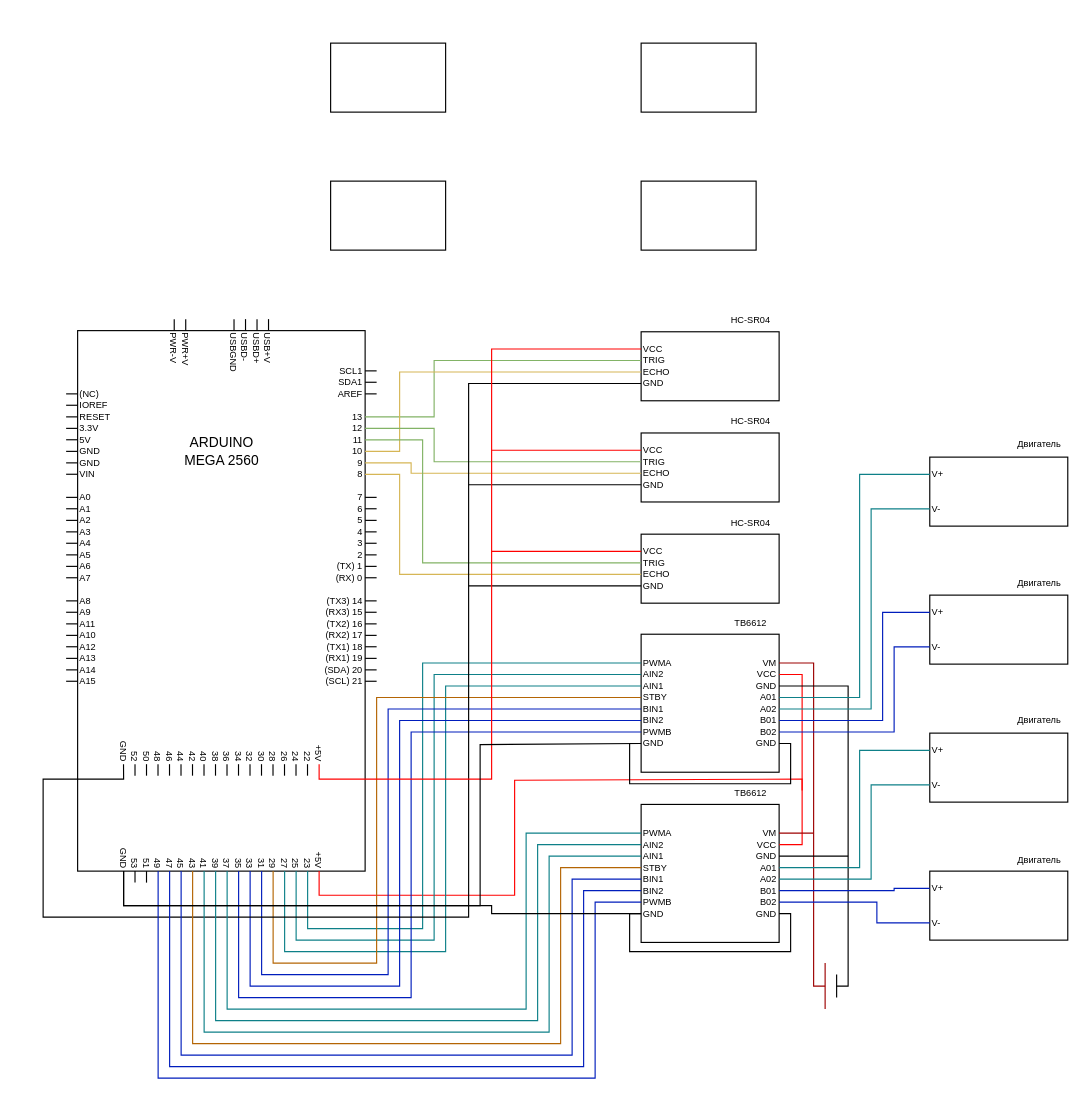
AlexRussellGit/VKR---Russell-Alexander keeps this draw.io diagram as Наработки/Принципиальная схема.drawio. Above is the earlier version. Source tidied: cells renumbered, new cells numbered last; positions are measured from the earlier drawing's top-left corner, leaving out a move shared by most shapes. Both pictures are drawn from the tidied source at 115%, with x=0, y=0 at pixel (43, 43).
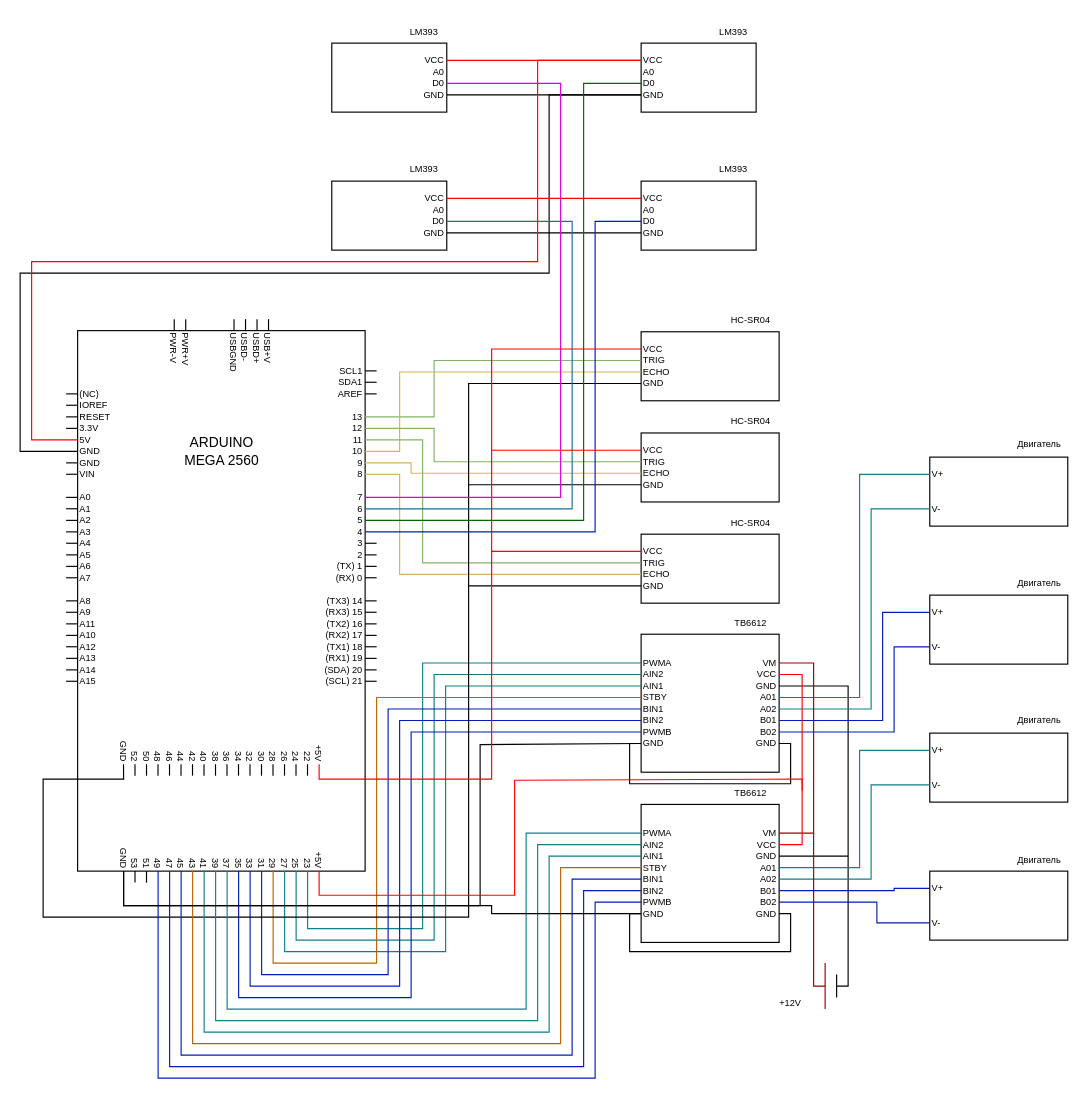
The same page after the edit.

Unchanged cells that the change refers to:
```xml
<mxCell id="7" value="7" style="text;html=1;strokeColor=none;fillColor=none;align=right;verticalAlign=middle;whiteSpace=wrap;rounded=0;rotation=0;fontSize=8;" parent="1" vertex="1">
  <mxGeometry x="230" y="390" width="50" height="10" as="geometry" />
</mxCell>
<mxCell id="8" value="6" style="text;html=1;strokeColor=none;fillColor=none;align=right;verticalAlign=middle;whiteSpace=wrap;rounded=0;rotation=0;fontSize=8;" parent="1" vertex="1">
  <mxGeometry x="230" y="400" width="50" height="10" as="geometry" />
</mxCell>
<mxCell id="9" value="5" style="text;html=1;strokeColor=none;fillColor=none;align=right;verticalAlign=middle;whiteSpace=wrap;rounded=0;rotation=0;fontSize=8;" parent="1" vertex="1">
  <mxGeometry x="230" y="410" width="50" height="10" as="geometry" />
</mxCell>
<mxCell id="10" value="4" style="text;html=1;strokeColor=none;fillColor=none;align=right;verticalAlign=middle;whiteSpace=wrap;rounded=0;rotation=0;fontSize=8;" parent="1" vertex="1">
  <mxGeometry x="230" y="420" width="50" height="10" as="geometry" />
</mxCell>
<mxCell id="92" value="+5V" style="text;html=1;strokeColor=none;fillColor=none;align=right;verticalAlign=middle;whiteSpace=wrap;rounded=0;rotation=90;fontSize=8;" parent="1" vertex="1">
  <mxGeometry x="215" y="690" width="50" height="10" as="geometry" />
</mxCell>
<mxCell id="110" value="+5V" style="text;html=1;strokeColor=none;fillColor=none;align=right;verticalAlign=middle;whiteSpace=wrap;rounded=0;rotation=90;fontSize=8;" parent="1" vertex="1">
  <mxGeometry x="215" y="597" width="50" height="10" as="geometry" />
</mxCell>
<mxCell id="150" value="5V" style="text;html=1;strokeColor=none;fillColor=none;align=left;verticalAlign=middle;whiteSpace=wrap;rounded=0;rotation=0;fontSize=8;" parent="1" vertex="1">
  <mxGeometry x="30" y="340" width="50" height="10" as="geometry" />
</mxCell>
<mxCell id="151" value="GND" style="text;html=1;strokeColor=none;fillColor=none;align=left;verticalAlign=middle;whiteSpace=wrap;rounded=0;rotation=0;fontSize=8;" parent="1" vertex="1">
  <mxGeometry x="30" y="350" width="50" height="10" as="geometry" />
</mxCell>
<mxCell id="168" value="VCC" style="text;html=1;strokeColor=none;fillColor=none;align=left;verticalAlign=middle;whiteSpace=wrap;rounded=0;rotation=0;fontSize=8;" parent="1" vertex="1">
  <mxGeometry x="520" y="261" width="50" height="10" as="geometry" />
</mxCell>
<mxCell id="174" value="VCC" style="text;html=1;strokeColor=none;fillColor=none;align=left;verticalAlign=middle;whiteSpace=wrap;rounded=0;rotation=0;fontSize=8;" parent="1" vertex="1">
  <mxGeometry x="520" y="349" width="50" height="10" as="geometry" />
</mxCell>
<mxCell id="182" value="VCC" style="text;html=1;strokeColor=none;fillColor=none;align=left;verticalAlign=middle;whiteSpace=wrap;rounded=0;rotation=0;fontSize=8;" parent="1" vertex="1">
  <mxGeometry x="520" y="437" width="50" height="10" as="geometry" />
</mxCell>
<mxCell id="201" value="VM" style="text;html=1;strokeColor=none;fillColor=none;align=right;verticalAlign=middle;whiteSpace=wrap;rounded=0;rotation=0;fontSize=8;" parent="1" vertex="1">
  <mxGeometry x="590" y="534" width="50" height="10" as="geometry" />
</mxCell>
<mxCell id="202" value="VCC" style="text;html=1;strokeColor=none;fillColor=none;align=right;verticalAlign=middle;whiteSpace=wrap;rounded=0;rotation=0;fontSize=8;" parent="1" vertex="1">
  <mxGeometry x="590" y="544" width="50" height="10" as="geometry" />
</mxCell>
<mxCell id="220" value="VCC" style="text;html=1;strokeColor=none;fillColor=none;align=right;verticalAlign=middle;whiteSpace=wrap;rounded=0;rotation=0;fontSize=8;" parent="1" vertex="1">
  <mxGeometry x="590" y="692" width="50" height="10" as="geometry" />
</mxCell>
<mxCell id="279" style="rounded=0;whiteSpace=wrap;html=1;fontSize=8;fontColor=none;strokeColor=#000000;" parent="1" vertex="1">
  <mxGeometry x="520" width="100" height="60" as="geometry" />
</mxCell>
```

Change to the diagram source:
```diff
@@
-    <mxCell id="32" style="endArrow=none;html=1;rounded=0;fontSize=8;entryX=1;entryY=0.5;entryDx=0;entryDy=0;" parent="1" edge="1">
-      <mxGeometry relative="1" as="geometry">
-        <mxPoint x="290" y="395" as="sourcePoint" />
-        <mxPoint x="280" y="395" as="targetPoint" />
-      </mxGeometry>
-    </mxCell>
-    <mxCell id="33" style="endArrow=none;html=1;rounded=0;fontSize=8;entryX=1;entryY=0.5;entryDx=0;entryDy=0;" parent="1" edge="1">
-      <mxGeometry relative="1" as="geometry">
-        <mxPoint x="290" y="404.9" as="sourcePoint" />
-        <mxPoint x="280" y="404.9" as="targetPoint" />
-      </mxGeometry>
-    </mxCell>
-    <mxCell id="34" style="endArrow=none;html=1;rounded=0;fontSize=8;entryX=1;entryY=0.5;entryDx=0;entryDy=0;" parent="1" edge="1">
-      <mxGeometry relative="1" as="geometry">
-        <mxPoint x="290" y="415" as="sourcePoint" />
-        <mxPoint x="280" y="415" as="targetPoint" />
-      </mxGeometry>
-    </mxCell>
-    <mxCell id="35" style="endArrow=none;html=1;rounded=0;fontSize=8;entryX=1;entryY=0.5;entryDx=0;entryDy=0;" parent="1" edge="1">
-      <mxGeometry relative="1" as="geometry">
-        <mxPoint x="290" y="425" as="sourcePoint" />
-        <mxPoint x="280" y="425" as="targetPoint" />
-      </mxGeometry>
-    </mxCell>
@@
-    <mxCell id="158" style="endArrow=none;html=1;rounded=0;fontSize=8;entryX=1;entryY=0.5;entryDx=0;entryDy=0;align=left;" parent="1" edge="1">
-      <mxGeometry relative="1" as="geometry">
-        <mxPoint x="30" y="344.9" as="sourcePoint" />
-        <mxPoint x="20" y="344.9" as="targetPoint" />
-      </mxGeometry>
-    </mxCell>
-    <mxCell id="159" style="endArrow=none;html=1;rounded=0;fontSize=8;entryX=1;entryY=0.5;entryDx=0;entryDy=0;align=left;" parent="1" edge="1">
-      <mxGeometry relative="1" as="geometry">
-        <mxPoint x="30" y="355" as="sourcePoint" />
-        <mxPoint x="20" y="355" as="targetPoint" />
-      </mxGeometry>
-    </mxCell>
@@
-    <mxCell id="165" value="HC-SR04" style="text;html=1;align=center;verticalAlign=middle;strokeColor=none;fillColor=none;fontSize=8;" parent="1" vertex="1">
-      <mxGeometry x="590" y="231" width="50" height="20" as="geometry" />
+    <mxCell id="165" value="LM393" style="text;html=1;align=center;verticalAlign=middle;strokeColor=none;fillColor=none;fontSize=8;" parent="1" vertex="1">
+      <mxGeometry x="311" y="-20" width="40" height="20" as="geometry" />
     </mxCell>
@@
-    <mxCell id="178" style="endArrow=none;html=1;rounded=0;fontSize=8;strokeColor=#FF0000;exitX=0;exitY=0.5;exitDx=0;exitDy=0;" parent="1" edge="1" source="174">
-      <mxGeometry relative="1" as="geometry">
-        <mxPoint x="390" y="354" as="targetPoint" />
-      </mxGeometry>
-    </mxCell>
@@
-    <mxCell id="186" style="endArrow=none;html=1;rounded=0;fontSize=8;strokeColor=#FF0000;exitX=0;exitY=0.5;exitDx=0;exitDy=0;" parent="1" edge="1" source="182">
-      <mxGeometry relative="1" as="geometry">
-        <mxPoint x="390" y="442" as="targetPoint" />
-      </mxGeometry>
-    </mxCell>
@@
-    <mxCell id="192" style="endArrow=none;html=1;rounded=0;labelBackgroundColor=none;labelBorderColor=none;fontSize=8;fontColor=none;strokeColor=#FF0000;fillColor=#FF0000;entryX=1;entryY=0.5;entryDx=0;entryDy=0;fontStyle=4;exitX=1;exitY=0.5;exitDx=0;exitDy=0;" parent="1" edge="1" source="92" target="220">
-      <mxGeometry relative="1" as="geometry">
-        <Array as="points">
-          <mxPoint x="240" y="741" />
-          <mxPoint x="410" y="741" />
-          <mxPoint x="410" y="641" />
-          <mxPoint x="660" y="640" />
-          <mxPoint x="660" y="697" />
-        </Array>
-      </mxGeometry>
-    </mxCell>
@@
-    <mxCell id="227" style="endArrow=none;html=1;rounded=0;labelBackgroundColor=none;labelBorderColor=none;fontSize=8;fontColor=none;strokeColor=#FF0000;fillColor=#FF0000;entryX=1;entryY=0.5;entryDx=0;entryDy=0;" parent="1" edge="1" target="202">
-      <mxGeometry relative="1" as="geometry">
-        <mxPoint x="660" y="650" as="sourcePoint" />
-        <Array as="points">
-          <mxPoint x="660" y="549" />
-        </Array>
-      </mxGeometry>
-    </mxCell>
@@
-    <mxCell id="236" style="endArrow=none;html=1;rounded=0;fontSize=8;exitX=1;exitY=0.5;exitDx=0;exitDy=0;entryX=0;entryY=0.5;entryDx=0;entryDy=0;fillColor=#f8cecc;strokeColor=#FF0000;fontColor=none;labelBackgroundColor=none;labelBorderColor=none;noLabel=1;" parent="1" edge="1" source="110" target="168">
-      <mxGeometry relative="1" as="geometry">
-        <Array as="points">
-          <mxPoint x="240" y="640" />
-          <mxPoint x="390" y="640" />
-          <mxPoint x="390" y="266" />
-        </Array>
-      </mxGeometry>
-    </mxCell>
@@
-    <mxCell id="256" style="endArrow=none;html=1;rounded=0;labelBackgroundColor=none;labelBorderColor=none;fontSize=8;fontColor=none;strokeColor=#9C0000;fillColor=#e51400;entryX=1;entryY=0.5;entryDx=0;entryDy=0;" parent="1" edge="1" target="201">
-      <mxGeometry relative="1" as="geometry">
-        <mxPoint x="680" y="820" as="sourcePoint" />
-        <Array as="points">
-          <mxPoint x="670" y="820" />
-          <mxPoint x="670" y="539" />
-        </Array>
-      </mxGeometry>
-    </mxCell>
@@
     <mxCell id="278" style="rounded=0;whiteSpace=wrap;html=1;fontSize=8;fontColor=none;strokeColor=#000000;" parent="1" vertex="1">
-      <mxGeometry x="250" width="100" height="60" as="geometry" />
+      <mxGeometry x="251" width="100" height="60" as="geometry" />
     </mxCell>
@@
     <mxCell id="280" style="rounded=0;whiteSpace=wrap;html=1;fontSize=8;fontColor=none;strokeColor=#000000;" parent="1" vertex="1">
-      <mxGeometry x="250" y="120" width="100" height="60" as="geometry" />
+      <mxGeometry x="251" y="120" width="100" height="60" as="geometry" />
     </mxCell>
@@
+    <mxCell id="282" value="+12V" style="text;html=1;strokeColor=none;fillColor=none;align=center;verticalAlign=middle;whiteSpace=wrap;rounded=0;fontSize=8;fontColor=none;" parent="1" vertex="1">
+      <mxGeometry x="620" y="820" width="60" height="30" as="geometry" />
+    </mxCell>
+    <mxCell id="283" value="VCC" style="text;html=1;strokeColor=none;fillColor=none;align=left;verticalAlign=middle;whiteSpace=wrap;rounded=0;rotation=0;fontSize=8;" parent="1" vertex="1">
+      <mxGeometry x="520" y="10" width="50" height="10" as="geometry" />
+    </mxCell>
+    <mxCell id="284" value="A0" style="text;html=1;strokeColor=none;fillColor=none;align=left;verticalAlign=middle;whiteSpace=wrap;rounded=0;rotation=0;fontSize=8;" parent="1" vertex="1">
+      <mxGeometry x="520" y="20" width="50" height="10" as="geometry" />
+    </mxCell>
+    <mxCell id="285" value="D0" style="text;html=1;strokeColor=none;fillColor=none;align=left;verticalAlign=middle;whiteSpace=wrap;rounded=0;rotation=0;fontSize=8;" parent="1" vertex="1">
+      <mxGeometry x="520" y="30" width="50" height="10" as="geometry" />
+    </mxCell>
+    <mxCell id="286" value="GND" style="text;html=1;strokeColor=none;fillColor=none;align=left;verticalAlign=middle;whiteSpace=wrap;rounded=0;rotation=0;fontSize=8;" parent="1" vertex="1">
+      <mxGeometry x="520" y="40" width="50" height="10" as="geometry" />
+    </mxCell>
+    <mxCell id="287" value="VCC" style="text;html=1;strokeColor=none;fillColor=none;align=left;verticalAlign=middle;whiteSpace=wrap;rounded=0;rotation=0;fontSize=8;" parent="1" vertex="1">
+      <mxGeometry x="520" y="130" width="50" height="10" as="geometry" />
+    </mxCell>
+    <mxCell id="288" value="A0" style="text;html=1;strokeColor=none;fillColor=none;align=left;verticalAlign=middle;whiteSpace=wrap;rounded=0;rotation=0;fontSize=8;" parent="1" vertex="1">
+      <mxGeometry x="520" y="140" width="50" height="10" as="geometry" />
+    </mxCell>
+    <mxCell id="289" value="D0" style="text;html=1;strokeColor=none;fillColor=none;align=left;verticalAlign=middle;whiteSpace=wrap;rounded=0;rotation=0;fontSize=8;" parent="1" vertex="1">
+      <mxGeometry x="520" y="150" width="50" height="10" as="geometry" />
+    </mxCell>
+    <mxCell id="290" value="GND" style="text;html=1;strokeColor=none;fillColor=none;align=left;verticalAlign=middle;whiteSpace=wrap;rounded=0;rotation=0;fontSize=8;" parent="1" vertex="1">
+      <mxGeometry x="520" y="160" width="50" height="10" as="geometry" />
+    </mxCell>
+    <mxCell id="291" value="VCC" style="text;html=1;strokeColor=none;fillColor=none;align=right;verticalAlign=middle;whiteSpace=wrap;rounded=0;rotation=0;fontSize=8;" parent="1" vertex="1">
+      <mxGeometry x="301" y="130" width="50" height="10" as="geometry" />
+    </mxCell>
+    <mxCell id="292" value="A0" style="text;html=1;strokeColor=none;fillColor=none;align=right;verticalAlign=middle;whiteSpace=wrap;rounded=0;rotation=0;fontSize=8;" parent="1" vertex="1">
+      <mxGeometry x="301" y="140" width="50" height="10" as="geometry" />
+    </mxCell>
+    <mxCell id="293" value="D0" style="text;html=1;strokeColor=none;fillColor=none;align=right;verticalAlign=middle;whiteSpace=wrap;rounded=0;rotation=0;fontSize=8;" parent="1" vertex="1">
+      <mxGeometry x="301" y="150" width="50" height="10" as="geometry" />
+    </mxCell>
+    <mxCell id="294" value="GND" style="text;html=1;strokeColor=none;fillColor=none;align=right;verticalAlign=middle;whiteSpace=wrap;rounded=0;rotation=0;fontSize=8;" parent="1" vertex="1">
+      <mxGeometry x="301" y="160" width="50" height="10" as="geometry" />
+    </mxCell>
+    <mxCell id="295" value="VCC" style="text;html=1;strokeColor=none;fillColor=none;align=right;verticalAlign=middle;whiteSpace=wrap;rounded=0;rotation=0;fontSize=8;" parent="1" vertex="1">
+      <mxGeometry x="301" y="10" width="50" height="10" as="geometry" />
+    </mxCell>
+    <mxCell id="296" value="A0" style="text;html=1;strokeColor=none;fillColor=none;align=right;verticalAlign=middle;whiteSpace=wrap;rounded=0;rotation=0;fontSize=8;" parent="1" vertex="1">
+      <mxGeometry x="301" y="20" width="50" height="10" as="geometry" />
+    </mxCell>
+    <mxCell id="297" value="D0" style="text;html=1;strokeColor=none;fillColor=none;align=right;verticalAlign=middle;whiteSpace=wrap;rounded=0;rotation=0;fontSize=8;" parent="1" vertex="1">
+      <mxGeometry x="301" y="30" width="50" height="10" as="geometry" />
+    </mxCell>
+    <mxCell id="298" value="GND" style="text;html=1;strokeColor=none;fillColor=none;align=right;verticalAlign=middle;whiteSpace=wrap;rounded=0;rotation=0;fontSize=8;" parent="1" vertex="1">
+      <mxGeometry x="301" y="40" width="50" height="10" as="geometry" />
+    </mxCell>
+    <mxCell id="299" value="HC-SR04" style="text;html=1;align=center;verticalAlign=middle;strokeColor=none;fillColor=none;fontSize=8;" parent="1" vertex="1">
+      <mxGeometry x="590" y="231" width="50" height="20" as="geometry" />
+    </mxCell>
+    <mxCell id="300" value="LM393" style="text;html=1;align=center;verticalAlign=middle;strokeColor=none;fillColor=none;fontSize=8;" parent="1" vertex="1">
+      <mxGeometry x="311" y="100" width="40" height="20" as="geometry" />
+    </mxCell>
+    <mxCell id="301" value="LM393" style="text;html=1;align=center;verticalAlign=middle;strokeColor=none;fillColor=none;fontSize=8;" parent="1" vertex="1">
+      <mxGeometry x="580" y="-20" width="40" height="20" as="geometry" />
+    </mxCell>
+    <mxCell id="302" value="LM393" style="text;html=1;align=center;verticalAlign=middle;strokeColor=none;fillColor=none;fontSize=8;" parent="1" vertex="1">
+      <mxGeometry x="580" y="100" width="40" height="20" as="geometry" />
+    </mxCell>
+    <mxCell id="303" style="endArrow=none;html=1;rounded=0;labelBackgroundColor=none;labelBorderColor=none;fontSize=8;fontColor=none;strokeColor=#FF0000;fillColor=#FF0000;exitX=1;exitY=0.5;exitDx=0;exitDy=0;entryX=0;entryY=0.5;entryDx=0;entryDy=0;" parent="1" edge="1" source="295" target="283">
+      <mxGeometry relative="1" as="geometry" />
+    </mxCell>
+    <mxCell id="304" style="endArrow=none;html=1;rounded=0;labelBackgroundColor=none;labelBorderColor=none;fontSize=8;fontColor=none;strokeColor=#000000;fillColor=#FF0000;exitX=0;exitY=0.5;exitDx=0;exitDy=0;entryX=0;entryY=0.5;entryDx=0;entryDy=0;" parent="1" edge="1" source="151" target="286">
+      <mxGeometry relative="1" as="geometry">
+        <Array as="points">
+          <mxPoint x="-20" y="355" />
+          <mxPoint x="-20" y="200" />
+          <mxPoint x="440" y="200" />
+          <mxPoint x="440" y="45" />
+        </Array>
+      </mxGeometry>
+    </mxCell>
+    <mxCell id="305" style="endArrow=none;html=1;rounded=0;labelBackgroundColor=none;labelBorderColor=none;fontSize=8;fontColor=none;strokeColor=#000000;fillColor=#FF0000;exitX=1;exitY=0.75;exitDx=0;exitDy=0;entryX=0;entryY=0.5;entryDx=0;entryDy=0;" parent="1" edge="1" source="280" target="290">
+      <mxGeometry relative="1" as="geometry" />
+    </mxCell>
+    <mxCell id="306" style="endArrow=none;html=1;rounded=0;labelBackgroundColor=none;labelBorderColor=none;fontSize=8;fontColor=none;strokeColor=#000000;fillColor=#FF0000;exitX=1;exitY=0.5;exitDx=0;exitDy=0;entryX=0;entryY=0.75;entryDx=0;entryDy=0;" parent="1" edge="1" source="298" target="279">
+      <mxGeometry relative="1" as="geometry" />
+    </mxCell>
+    <mxCell id="307" style="endArrow=none;html=1;rounded=0;labelBackgroundColor=none;labelBorderColor=none;fontSize=8;fontColor=none;strokeColor=#D900D9;fillColor=#e1d5e7;entryX=1;entryY=0.5;entryDx=0;entryDy=0;exitX=1;exitY=0.5;exitDx=0;exitDy=0;" parent="1" edge="1" source="7" target="297">
+      <mxGeometry relative="1" as="geometry">
+        <Array as="points">
+          <mxPoint x="450" y="395" />
+          <mxPoint x="450" y="35" />
+        </Array>
+      </mxGeometry>
+    </mxCell>
+    <mxCell id="308" style="endArrow=none;html=1;rounded=0;labelBackgroundColor=none;labelBorderColor=none;fontSize=8;fontColor=none;strokeColor=#10739e;fillColor=#b1ddf0;exitX=1;exitY=0.5;exitDx=0;exitDy=0;entryX=1;entryY=0.5;entryDx=0;entryDy=0;" parent="1" edge="1" source="293" target="8">
+      <mxGeometry relative="1" as="geometry">
+        <Array as="points">
+          <mxPoint x="460" y="155" />
+          <mxPoint x="460" y="405" />
+        </Array>
+      </mxGeometry>
+    </mxCell>
+    <mxCell id="309" style="endArrow=none;html=1;rounded=0;labelBackgroundColor=none;labelBorderColor=none;fontSize=8;fontColor=none;fillColor=#f5f5f5;gradientColor=#b3b3b3;strokeColor=#006600;entryX=0;entryY=0.5;entryDx=0;entryDy=0;exitX=1;exitY=0.5;exitDx=0;exitDy=0;" parent="1" edge="1" source="9" target="285">
+      <mxGeometry relative="1" as="geometry">
+        <Array as="points">
+          <mxPoint x="470" y="415" />
+          <mxPoint x="470" y="35" />
+        </Array>
+      </mxGeometry>
+    </mxCell>
+    <mxCell id="310" style="endArrow=none;html=1;rounded=0;labelBackgroundColor=none;labelBorderColor=none;fontSize=8;fontColor=none;strokeColor=#001DBC;fillColor=#0050ef;entryX=0;entryY=0.5;entryDx=0;entryDy=0;exitX=1;exitY=0.5;exitDx=0;exitDy=0;" parent="1" edge="1" source="10" target="289">
+      <mxGeometry relative="1" as="geometry">
+        <Array as="points">
+          <mxPoint x="480" y="425" />
+          <mxPoint x="480" y="155" />
+        </Array>
+      </mxGeometry>
+    </mxCell>
+    <mxCell id="311" style="endArrow=none;html=1;rounded=0;labelBackgroundColor=none;labelBorderColor=none;fontSize=8;fontColor=none;strokeColor=#FF0000;fillColor=#e51400;entryX=0;entryY=0.5;entryDx=0;entryDy=0;exitX=0;exitY=0.5;exitDx=0;exitDy=0;" parent="1" edge="1" source="150" target="283">
+      <mxGeometry relative="1" as="geometry">
+        <Array as="points">
+          <mxPoint x="-10" y="345" />
+          <mxPoint x="-10" y="190" />
+          <mxPoint x="430" y="190" />
+          <mxPoint x="430" y="15" />
+        </Array>
+      </mxGeometry>
+    </mxCell>
+    <mxCell id="312" style="endArrow=none;html=1;rounded=0;labelBackgroundColor=none;labelBorderColor=none;fontSize=8;fontColor=none;strokeColor=#FF0000;fillColor=#FF0000;exitX=1;exitY=0.25;exitDx=0;exitDy=0;entryX=0;entryY=0.5;entryDx=0;entryDy=0;" parent="1" edge="1" source="280" target="287">
+      <mxGeometry relative="1" as="geometry" />
+    </mxCell>
+    <mxCell id="236" style="endArrow=none;html=1;rounded=0;fontSize=8;exitX=1;exitY=0.5;exitDx=0;exitDy=0;entryX=0;entryY=0.5;entryDx=0;entryDy=0;fillColor=#f8cecc;strokeColor=#FF0000;fontColor=none;labelBackgroundColor=none;labelBorderColor=none;noLabel=1;" parent="1" edge="1" source="110" target="168">
+      <mxGeometry relative="1" as="geometry">
+        <Array as="points">
+          <mxPoint x="240" y="640" />
+          <mxPoint x="390" y="640" />
+          <mxPoint x="390" y="266" />
+        </Array>
+      </mxGeometry>
+    </mxCell>
+    <mxCell id="178" style="endArrow=none;html=1;rounded=0;fontSize=8;strokeColor=#FF0000;exitX=0;exitY=0.5;exitDx=0;exitDy=0;" parent="1" edge="1" source="174">
+      <mxGeometry relative="1" as="geometry">
+        <mxPoint x="390" y="354" as="targetPoint" />
+      </mxGeometry>
+    </mxCell>
+    <mxCell id="186" style="endArrow=none;html=1;rounded=0;fontSize=8;strokeColor=#FF0000;exitX=0;exitY=0.5;exitDx=0;exitDy=0;" parent="1" edge="1" source="182">
+      <mxGeometry relative="1" as="geometry">
+        <mxPoint x="390" y="442" as="targetPoint" />
+      </mxGeometry>
+    </mxCell>
+    <mxCell id="256" style="endArrow=none;html=1;rounded=0;labelBackgroundColor=none;labelBorderColor=none;fontSize=8;fontColor=none;strokeColor=#9C0000;fillColor=#e51400;entryX=1;entryY=0.5;entryDx=0;entryDy=0;" parent="1" edge="1" target="201">
+      <mxGeometry relative="1" as="geometry">
+        <mxPoint x="680" y="820" as="sourcePoint" />
+        <Array as="points">
+          <mxPoint x="670" y="820" />
+          <mxPoint x="670" y="539" />
+        </Array>
+      </mxGeometry>
+    </mxCell>
+    <mxCell id="227" style="endArrow=none;html=1;rounded=0;labelBackgroundColor=none;labelBorderColor=none;fontSize=8;fontColor=none;strokeColor=#FF0000;fillColor=#FF0000;entryX=1;entryY=0.5;entryDx=0;entryDy=0;" parent="1" edge="1" target="202">
+      <mxGeometry relative="1" as="geometry">
+        <mxPoint x="660" y="650" as="sourcePoint" />
+        <Array as="points">
+          <mxPoint x="660" y="549" />
+        </Array>
+      </mxGeometry>
+    </mxCell>
+    <mxCell id="192" style="endArrow=none;html=1;rounded=0;labelBackgroundColor=none;labelBorderColor=none;fontSize=8;fontColor=none;strokeColor=#FF0000;fillColor=#FF0000;entryX=1;entryY=0.5;entryDx=0;entryDy=0;fontStyle=4;exitX=1;exitY=0.5;exitDx=0;exitDy=0;" parent="1" edge="1" source="92" target="220">
+      <mxGeometry relative="1" as="geometry">
+        <Array as="points">
+          <mxPoint x="240" y="741" />
+          <mxPoint x="410" y="741" />
+          <mxPoint x="410" y="641" />
+          <mxPoint x="660" y="640" />
+          <mxPoint x="660" y="697" />
+        </Array>
+      </mxGeometry>
+    </mxCell>
```
